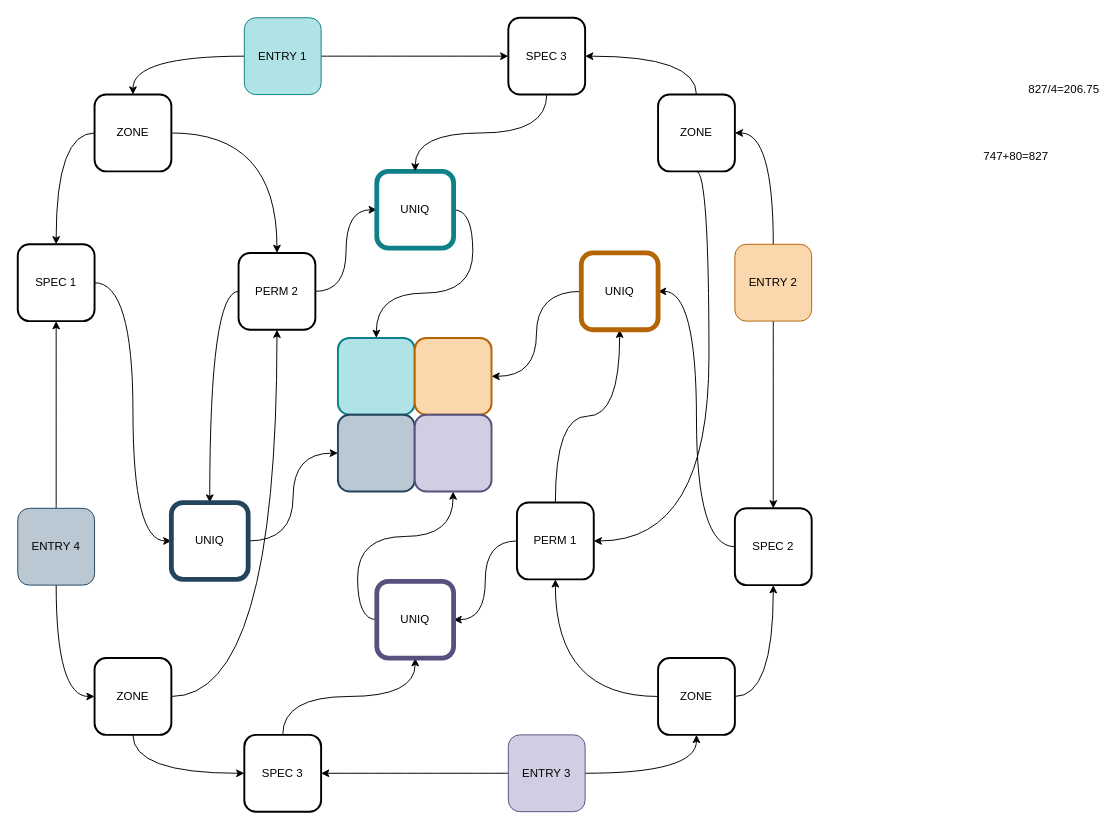
Above: __pycache__/Untitled Diagram.drawio in eldritch-bender/OPMech (draw.io), before the change. Source tidied: cells renumbered, new cells numbered last; positions are measured from the earlier drawing's top-left corner, leaving out a move shared by most shapes. Both pictures are drawn from the tidied source at 96%, with x=0, y=0 at pixel (17, 17).
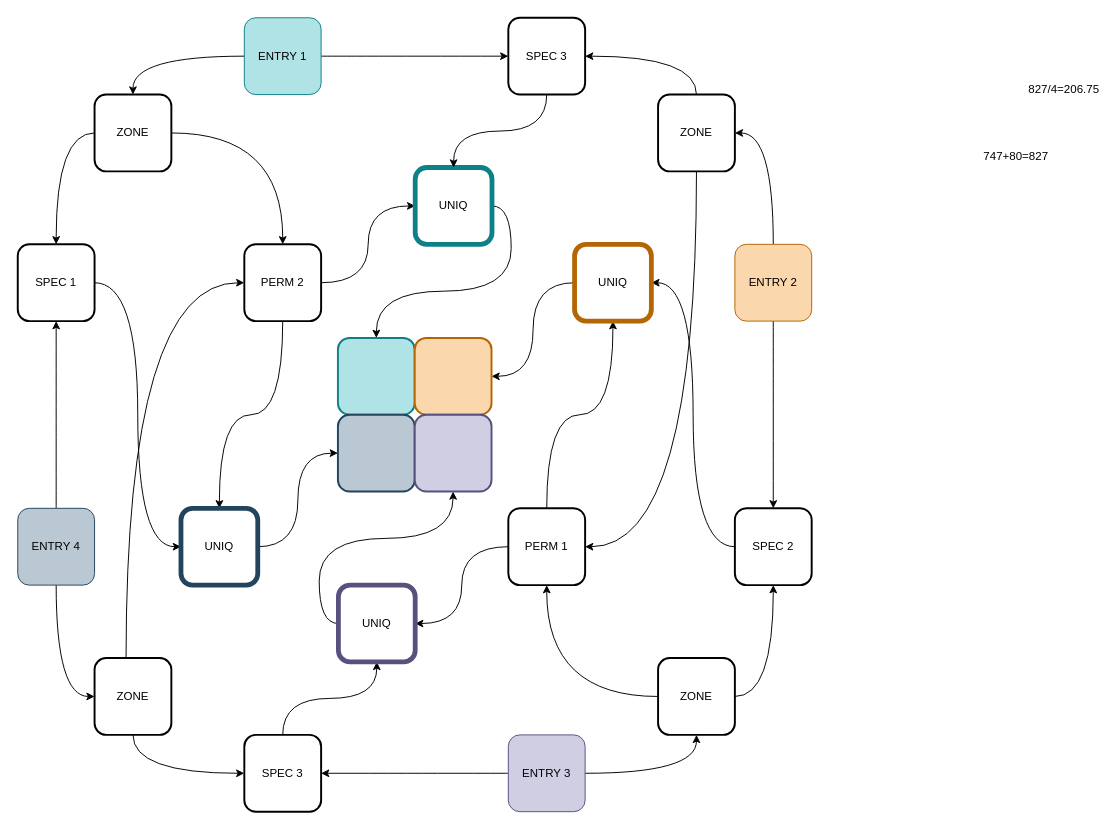
Above is the later version.

The change refers to these unchanged cells:
```xml
<mxCell id="19" value="ZONE" style="whiteSpace=wrap;html=1;rounded=1;strokeWidth=2;" parent="1" vertex="1">
  <mxGeometry x="667" y="80" width="80" height="80" as="geometry" />
</mxCell>
<mxCell id="25" value="ZONE" style="whiteSpace=wrap;html=1;rounded=1;strokeWidth=2;" parent="1" vertex="1">
  <mxGeometry x="80" y="667" width="80" height="80" as="geometry" />
</mxCell>
<mxCell id="45" value="SPEC 3" style="whiteSpace=wrap;html=1;rounded=1;strokeWidth=2;" parent="1" vertex="1">
  <mxGeometry x="511" width="80" height="80" as="geometry" />
</mxCell>
```

What changed in the source:
```diff
@@
+    <mxCell id="18" style="edgeStyle=orthogonalEdgeStyle;curved=1;jettySize=auto;html=1;entryX=1;entryY=0.5;entryDx=0;entryDy=0;exitX=0.5;exitY=0;exitDx=0;exitDy=0;" parent="1" edge="1" source="19" target="45">
+      <mxGeometry relative="1" as="geometry" />
+    </mxCell>
     <mxCell id="17" style="edgeStyle=orthogonalEdgeStyle;curved=1;jettySize=auto;html=1;entryX=1;entryY=0.5;entryDx=0;entryDy=0;exitX=0.5;exitY=1;exitDx=0;exitDy=0;" parent="1" edge="1" source="19" target="30">
-      <mxGeometry relative="1" as="geometry">
-        <Array as="points">
-          <mxPoint x="720" y="160" />
-          <mxPoint x="720" y="545" />
-        </Array>
-      </mxGeometry>
+      <mxGeometry relative="1" as="geometry" />
     </mxCell>
-    <mxCell id="18" style="edgeStyle=orthogonalEdgeStyle;curved=1;jettySize=auto;html=1;entryX=1;entryY=0.5;entryDx=0;entryDy=0;exitX=0.5;exitY=0;exitDx=0;exitDy=0;" parent="1" edge="1" source="19" target="45">
-      <mxGeometry relative="1" as="geometry" />
-    </mxCell>
@@
-    <mxCell id="24" style="edgeStyle=orthogonalEdgeStyle;curved=1;jettySize=auto;html=1;entryX=0.5;entryY=1;entryDx=0;entryDy=0;" parent="1" edge="1" source="25" target="37">
+    <mxCell id="24" style="edgeStyle=orthogonalEdgeStyle;curved=1;jettySize=auto;html=1;entryX=0;entryY=0.5;entryDx=0;entryDy=0;exitX=0.41;exitY=0.004;exitDx=0;exitDy=0;exitPerimeter=0;" parent="1" edge="1" source="25" target="37">
       <mxGeometry relative="1" as="geometry" />
     </mxCell>
@@
     <mxCell id="30" value="PERM 1" style="whiteSpace=wrap;html=1;rounded=1;strokeWidth=2;" parent="1" vertex="1">
-      <mxGeometry x="520" y="505" width="80" height="80" as="geometry" />
+      <mxGeometry x="511" y="511" width="80" height="80" as="geometry" />
     </mxCell>
@@
     <mxCell id="32" value="UNIQ" style="whiteSpace=wrap;html=1;rounded=1;strokeWidth=5;fillColor=none;strokeColor=#b46504;" parent="1" vertex="1">
-      <mxGeometry x="587" y="245" width="80" height="80" as="geometry" />
+      <mxGeometry x="580" y="236" width="80" height="80" as="geometry" />
     </mxCell>
@@
-    <mxCell id="36" style="edgeStyle=orthogonalEdgeStyle;curved=1;jettySize=auto;html=1;entryX=0.5;entryY=0;entryDx=0;entryDy=0;exitX=0;exitY=0.5;exitDx=0;exitDy=0;" parent="1" edge="1" source="37" target="47">
+    <mxCell id="36" style="edgeStyle=orthogonalEdgeStyle;curved=1;jettySize=auto;html=1;entryX=0.5;entryY=0;entryDx=0;entryDy=0;exitX=0.5;exitY=1;exitDx=0;exitDy=0;" parent="1" edge="1" source="37" target="47">
       <mxGeometry relative="1" as="geometry" />
     </mxCell>
     <mxCell id="37" value="PERM 2" style="whiteSpace=wrap;html=1;rounded=1;strokeWidth=2;" parent="1" vertex="1">
-      <mxGeometry x="230" y="245" width="80" height="80" as="geometry" />
+      <mxGeometry x="236" y="236" width="80" height="80" as="geometry" />
     </mxCell>
@@
     <mxCell id="41" value="UNIQ" style="whiteSpace=wrap;html=1;rounded=1;strokeWidth=5;fillColor=none;strokeColor=#56517e;" parent="1" vertex="1">
-      <mxGeometry x="374" y="587" width="80" height="80" as="geometry" />
+      <mxGeometry x="334" y="591" width="80" height="80" as="geometry" />
     </mxCell>
@@
     <mxCell id="43" value="UNIQ" style="whiteSpace=wrap;html=1;rounded=1;strokeWidth=5;fillColor=none;strokeColor=#0e8088;" parent="1" vertex="1">
-      <mxGeometry x="374" y="160" width="80" height="80" as="geometry" />
+      <mxGeometry x="414" y="156" width="80" height="80" as="geometry" />
     </mxCell>
@@
     <mxCell id="47" value="UNIQ" style="whiteSpace=wrap;html=1;rounded=1;strokeWidth=5;fillColor=none;strokeColor=#23445d;" parent="1" vertex="1">
-      <mxGeometry x="160" y="505" width="80" height="80" as="geometry" />
+      <mxGeometry x="170" y="511" width="80" height="80" as="geometry" />
     </mxCell>
```
